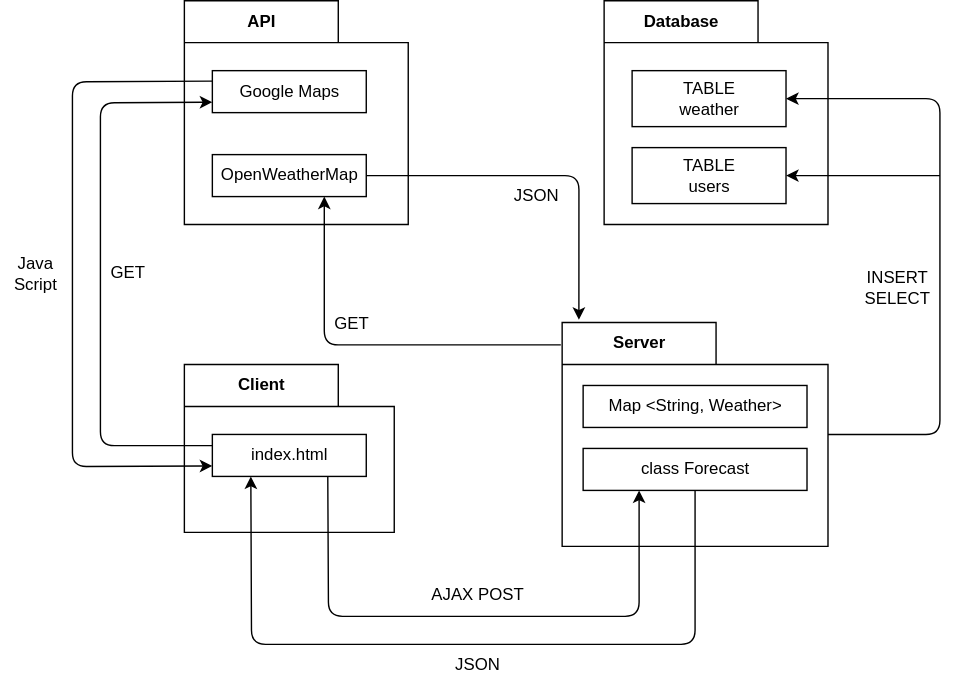
Above: docs/diagram/package_diagram.svg in suyons/clickcloud (draw.io), before the change. Source tidied: cells renumbered, new cells last; positions are measured from the earlier drawing's top-left corner, leaving out a move shared by most shapes.
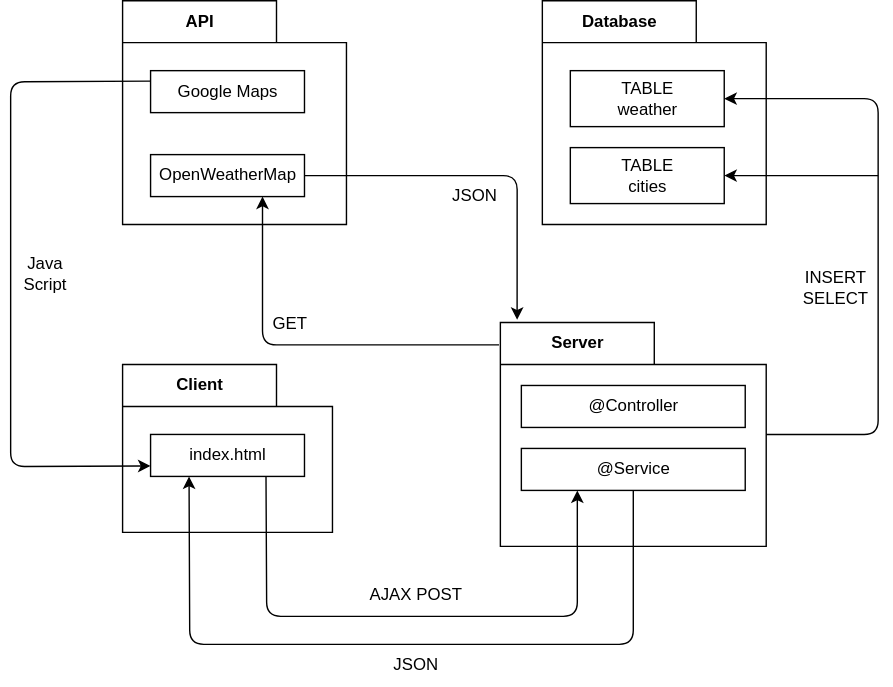
After the commit.

Commit message:
Docs: README.md, Diagram, Presentation 파일 수정

The edit, as a diff of the source:
```diff
@@ -5,12 +5,12 @@
     <mxCell id="2" value="Server" style="shape=folder;fontStyle=1;tabWidth=110;tabHeight=30;tabPosition=left;html=1;boundedLbl=1;labelInHeader=1;" parent="1" vertex="1">
       <mxGeometry x="401" y="230" width="190" height="160" as="geometry" />
     </mxCell>
-    <mxCell id="3" value="Map &amp;lt;String, Weather&amp;gt;" style="html=1;" parent="2" vertex="1">
+    <mxCell id="3" value="@Controller" style="html=1;" parent="2" vertex="1">
       <mxGeometry width="160" height="30" relative="1" as="geometry">
         <mxPoint x="15" y="45" as="offset" />
       </mxGeometry>
     </mxCell>
-    <mxCell id="4" value="class Forecast" style="html=1;" parent="2" vertex="1">
+    <mxCell id="4" value="@Service" style="html=1;" parent="2" vertex="1">
       <mxGeometry x="15" y="90" width="160" height="30" as="geometry" />
     </mxCell>
     <mxCell id="5" value="API" style="shape=folder;fontStyle=1;tabWidth=110;tabHeight=30;tabPosition=left;html=1;boundedLbl=1;labelInHeader=1;" parent="1" vertex="1">
@@ -32,7 +32,7 @@
         <mxPoint x="20" y="50" as="offset" />
       </mxGeometry>
     </mxCell>
-    <mxCell id="10" value="TABLE&lt;br&gt;users" style="html=1;" parent="8" vertex="1">
+    <mxCell id="10" value="TABLE&lt;br&gt;cities" style="html=1;" parent="8" vertex="1">
       <mxGeometry x="20" y="105" width="110" height="40" as="geometry" />
     </mxCell>
     <mxCell id="11" value="Client" style="shape=folder;fontStyle=1;tabWidth=110;tabHeight=30;tabPosition=left;html=1;boundedLbl=1;labelInHeader=1;" parent="1" vertex="1">
@@ -67,18 +67,6 @@
         <mxPoint x="671" y="125" as="sourcePoint" />
       </mxGeometry>
     </mxCell>
-    <mxCell id="17" style="edgeStyle=none;html=1;entryX=0;entryY=0.75;entryDx=0;entryDy=0;" parent="1" edge="1" target="6">
-      <mxGeometry relative="1" as="geometry">
-        <mxPoint x="151" y="318" as="sourcePoint" />
-        <Array as="points">
-          <mxPoint x="71" y="318" />
-          <mxPoint x="71" y="73" />
-        </Array>
-      </mxGeometry>
-    </mxCell>
-    <mxCell id="18" value="GET" style="text;strokeColor=none;align=center;fillColor=none;html=1;verticalAlign=middle;whiteSpace=wrap;rounded=0;rotation=0;" parent="1" vertex="1">
-      <mxGeometry x="71" y="180" width="40" height="30" as="geometry" />
-    </mxCell>
     <mxCell id="19" value="AJAX POST" style="text;strokeColor=none;align=center;fillColor=none;html=1;verticalAlign=middle;whiteSpace=wrap;rounded=0;rotation=0;" parent="1" vertex="1">
       <mxGeometry x="301" y="410" width="80" height="30" as="geometry" />
     </mxCell>
@@ -123,7 +111,7 @@
       </mxGeometry>
     </mxCell>
     <mxCell id="27" value="Java&lt;br&gt;Script" style="text;strokeColor=none;align=center;fillColor=none;html=1;verticalAlign=middle;whiteSpace=wrap;rounded=0;rotation=0;" parent="1" vertex="1">
-      <mxGeometry y="180" width="50" height="30" as="geometry" />
+      <mxGeometry x="51" y="180" width="50" height="30" as="geometry" />
     </mxCell>
   </root>
 </mxGraphModel>
```
